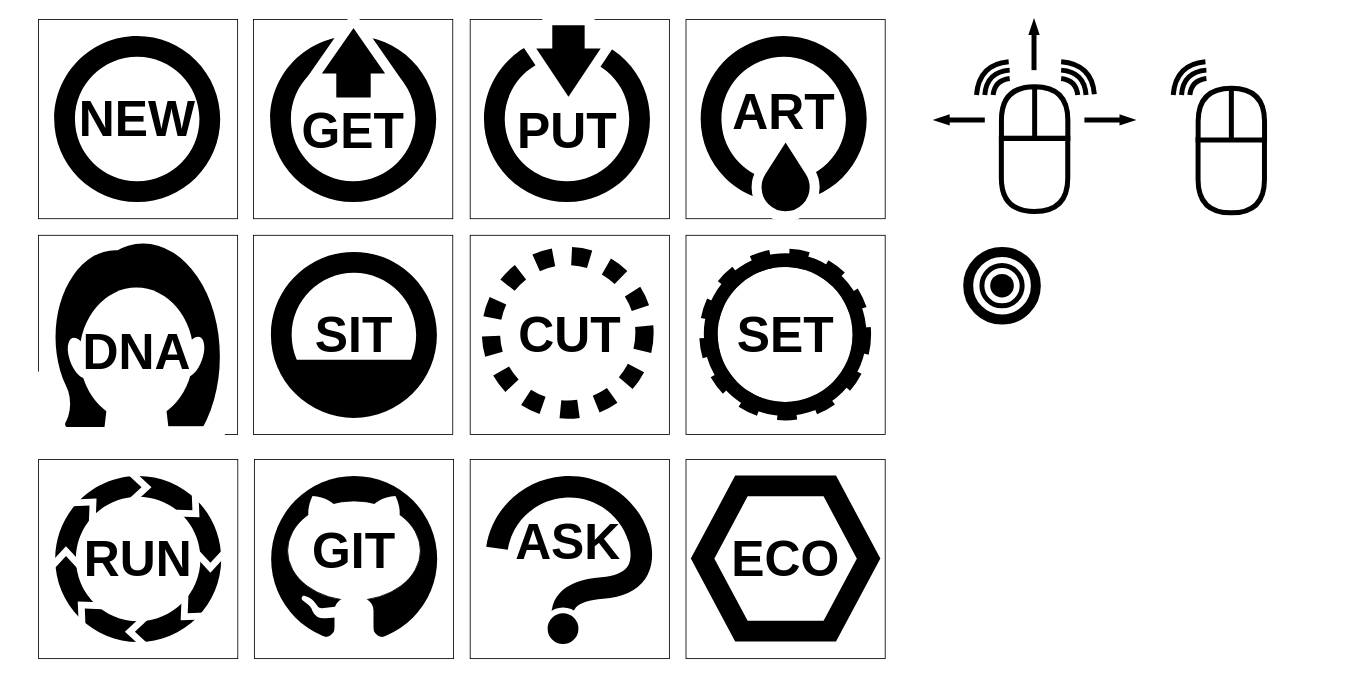
boytchev/disfigure keeps this draw.io diagram as assets/logo/icons.drawio. Above is the earlier version. Source tidied: cells renumbered, new cells numbered last; positions are measured from the earlier drawing's top-left corner, leaving out a move shared by most shapes. Both pictures are drawn from the tidied source at 83%, with x=0, y=0 at pixel (18, 19).
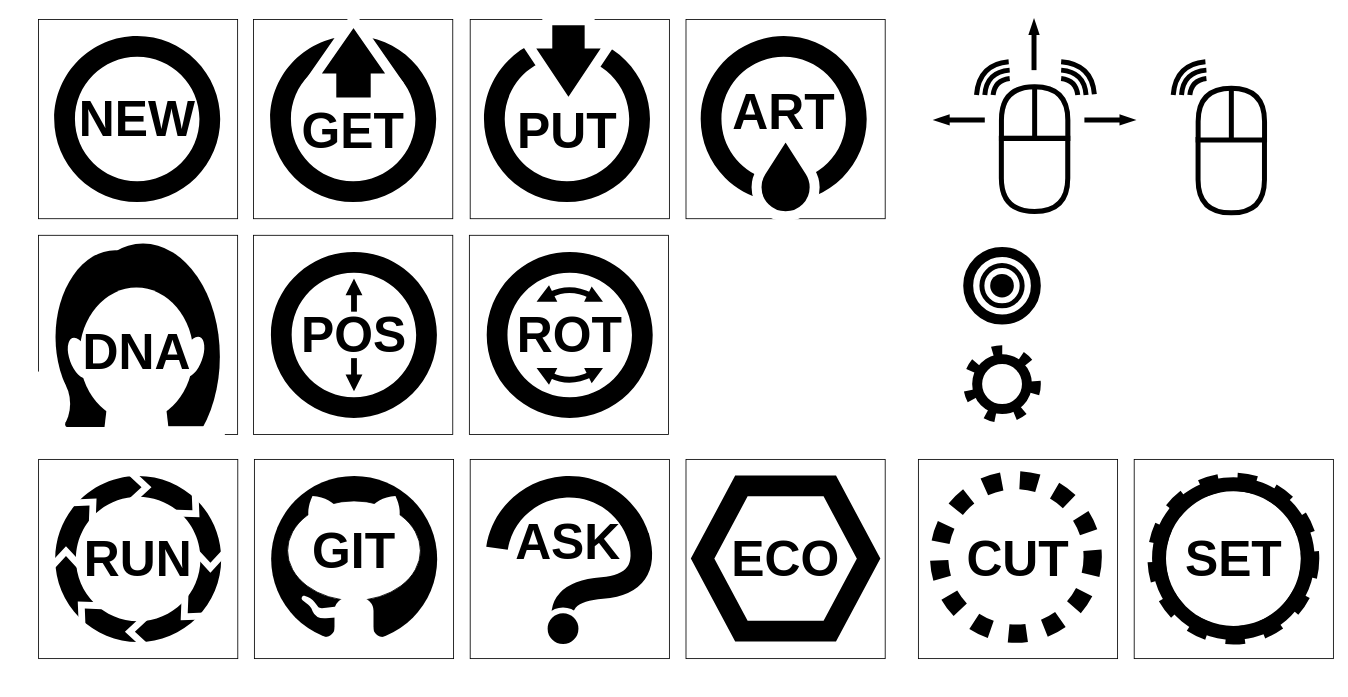
Above is the later version.

Diff of the diagram source:
```diff
@@
-    <mxCell id="20" value="&lt;font style=&quot;font-size: 60px;&quot; face=&quot;Candara&quot;&gt;SIT&lt;/font&gt;" style="text;html=1;align=center;verticalAlign=middle;whiteSpace=wrap;rounded=0;fontStyle=1;fontSize=60;labelBackgroundColor=none;fillColor=none;labelBorderColor=none;" parent="1" vertex="1">
-      <mxGeometry x="303.9" y="320" width="200" height="120" as="geometry" />
+    <mxCell id="20" value="&lt;font style=&quot;font-size: 60px;&quot; face=&quot;Candara&quot;&gt;POS&lt;/font&gt;" style="text;html=1;align=center;verticalAlign=middle;whiteSpace=wrap;rounded=0;fontStyle=1;fontSize=60;labelBackgroundColor=none;fillColor=none;labelBorderColor=none;" parent="1" vertex="1">
+      <mxGeometry x="304" y="320" width="200" height="120" as="geometry" />
     </mxCell>
-    <mxCell id="21" style="shape=trapezoid;perimeter=trapezoidPerimeter;whiteSpace=wrap;html=1;fixedSize=1;rotation=-180;size=30;strokeColor=none;fillColor=#000000;" parent="1" vertex="1">
-      <mxGeometry x="325.7" y="410" width="160" height="50" as="geometry" />
-    </mxCell>
@@
     <mxCell id="69" style="rounded=0;whiteSpace=wrap;html=1;" parent="1" vertex="1">
-      <mxGeometry x="544" y="260" width="240" height="240" as="geometry" />
+      <mxGeometry x="1084" y="530" width="240" height="240" as="geometry" />
     </mxCell>
     <mxCell id="70" style="ellipse;whiteSpace=wrap;html=1;fillColor=none;strokeWidth=22;dashed=1;dashPattern=1 1;shadow=0;perimeterSpacing=0;" parent="1" vertex="1">
-      <mxGeometry x="569" y="285" width="185" height="185" as="geometry" />
+      <mxGeometry x="1109" y="555" width="185" height="185" as="geometry" />
     </mxCell>
     <mxCell id="71" value="&lt;font style=&quot;font-size: 60px;&quot; face=&quot;Candara&quot;&gt;CUT&lt;/font&gt;" style="text;html=1;align=center;verticalAlign=middle;whiteSpace=wrap;rounded=0;fontStyle=1;fontSize=60;labelBackgroundColor=none;fillColor=none;labelBorderColor=none;" parent="1" vertex="1">
-      <mxGeometry x="564" y="320" width="200" height="120" as="geometry" />
+      <mxGeometry x="1104" y="590" width="200" height="120" as="geometry" />
     </mxCell>
@@
     <mxCell id="104" style="rounded=0;whiteSpace=wrap;html=1;" parent="1" vertex="1">
-      <mxGeometry x="804" y="260" width="240" height="240" as="geometry" />
+      <mxGeometry x="1344" y="530" width="240" height="240" as="geometry" />
     </mxCell>
     <mxCell id="105" style="ellipse;whiteSpace=wrap;html=1;fillColor=none;strokeWidth=22;dashed=1;dashPattern=1 1;shadow=0;perimeterSpacing=0;" parent="1" vertex="1">
-      <mxGeometry x="831" y="287" width="185" height="185" as="geometry" />
+      <mxGeometry x="1371" y="557" width="185" height="185" as="geometry" />
     </mxCell>
     <mxCell id="106" value="&lt;font style=&quot;font-size: 60px;&quot; face=&quot;Candara&quot;&gt;SET&lt;/font&gt;" style="text;html=1;align=center;verticalAlign=middle;whiteSpace=wrap;rounded=0;fontStyle=1;fontSize=60;labelBackgroundColor=none;fillColor=none;labelBorderColor=none;" parent="1" vertex="1">
-      <mxGeometry x="823.5" y="319.5" width="200" height="120" as="geometry" />
+      <mxGeometry x="1363.5" y="589.5" width="200" height="120" as="geometry" />
     </mxCell>
     <mxCell id="107" style="verticalLabelPosition=bottom;verticalAlign=top;html=1;shape=mxgraph.basic.donut;dx=16.81;fillColor=#000000;strokeColor=none;" parent="1" vertex="1">
-      <mxGeometry x="825.5" y="281.5" width="196" height="196" as="geometry" />
+      <mxGeometry x="1365.5" y="551.5" width="196" height="196" as="geometry" />
     </mxCell>
@@
+    <mxCell id="112" style="endArrow=block;html=1;rounded=0;strokeWidth=7;startSize=4;endSize=2;endFill=1;" parent="1" edge="1">
+      <mxGeometry relative="1" as="geometry">
+        <mxPoint x="404" y="408" as="sourcePoint" />
+        <mxPoint x="404" y="448" as="targetPoint" />
+      </mxGeometry>
+    </mxCell>
+    <mxCell id="113" style="rounded=0;whiteSpace=wrap;html=1;" parent="1" vertex="1">
+      <mxGeometry x="543" y="260" width="240" height="240" as="geometry" />
+    </mxCell>
+    <mxCell id="114" style="verticalLabelPosition=bottom;verticalAlign=top;html=1;shape=mxgraph.basic.donut;dx=25;fillColor=#000000;strokeColor=none;" parent="1" vertex="1">
+      <mxGeometry x="563.9" y="280" width="200" height="200" as="geometry" />
+    </mxCell>
+    <mxCell id="115" value="&lt;font style=&quot;font-size: 60px;&quot; face=&quot;Candara&quot;&gt;ROT&lt;/font&gt;" style="text;html=1;align=center;verticalAlign=middle;whiteSpace=wrap;rounded=0;fontStyle=1;fontSize=60;labelBackgroundColor=none;fillColor=none;labelBorderColor=none;" parent="1" vertex="1">
+      <mxGeometry x="564" y="320" width="200" height="120" as="geometry" />
+    </mxCell>
+    <mxCell id="116" style="endArrow=block;html=1;rounded=0;strokeWidth=7;startSize=4;endSize=2;endFill=1;startArrow=block;startFill=1;curved=1;" parent="1" edge="1">
+      <mxGeometry relative="1" as="geometry">
+        <mxPoint x="624" y="420" as="sourcePoint" />
+        <mxPoint x="704" y="420" as="targetPoint" />
+        <Array as="points">
+          <mxPoint x="664" y="440" />
+        </Array>
+      </mxGeometry>
+    </mxCell>
+    <mxCell id="117" style="endArrow=block;html=1;rounded=0;strokeWidth=7;startSize=4;endSize=2;endFill=1;startArrow=block;startFill=1;curved=1;" parent="1" edge="1">
+      <mxGeometry relative="1" as="geometry">
+        <mxPoint x="624" y="340" as="sourcePoint" />
+        <mxPoint x="704" y="340" as="targetPoint" />
+        <Array as="points">
+          <mxPoint x="664" y="320" />
+        </Array>
+      </mxGeometry>
+    </mxCell>
+    <mxCell id="118" style="endArrow=block;html=1;rounded=0;strokeWidth=7;startSize=4;endSize=2;endFill=1;" parent="1" edge="1">
+      <mxGeometry relative="1" as="geometry">
+        <mxPoint x="404" y="352" as="sourcePoint" />
+        <mxPoint x="404" y="312" as="targetPoint" />
+      </mxGeometry>
+    </mxCell>
+    <mxCell id="119" style="ellipse;whiteSpace=wrap;html=1;strokeWidth=12;dashed=1;fillColor=none;perimeterSpacing=6;dashPattern=1 2;" parent="1" vertex="1">
+      <mxGeometry x="1144" y="398.5" width="81.5" height="81.5" as="geometry" />
+    </mxCell>
+    <mxCell id="120" style="ellipse;whiteSpace=wrap;html=1;strokeWidth=12;" parent="1" vertex="1">
+      <mxGeometry x="1154.8" y="409.2" width="60" height="60" as="geometry" />
+    </mxCell>
```
